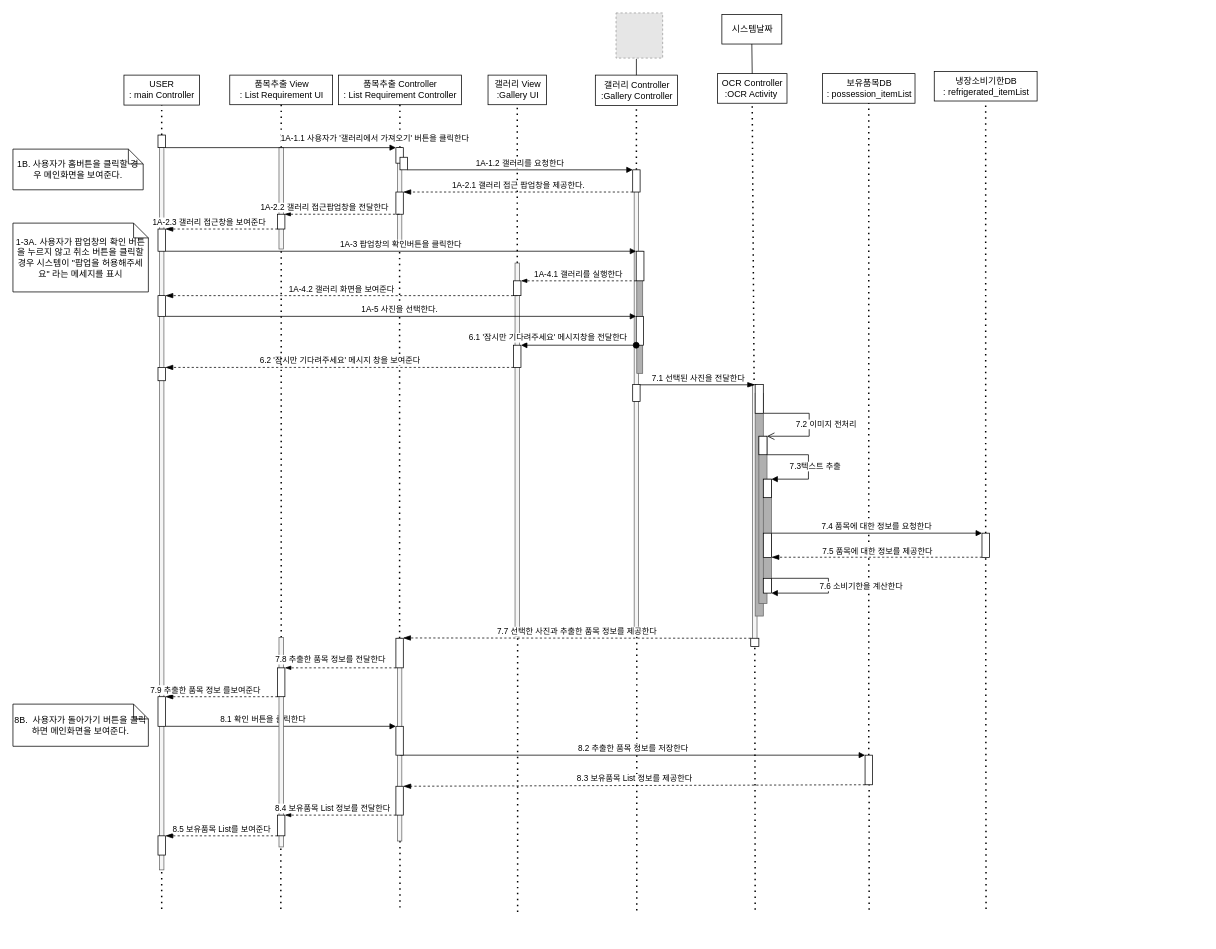
The draw.io diagram Weekly Progress/10주차(구조발표)/diagram/SequenceDiagram(등록_갤러리)_최종.drawio in LumiereKANG/SW_development, before the edit. Source tidied: cells renumbered, new cells numbered last; positions are measured from the earlier drawing's top-left corner, leaving out a move shared by most shapes. Both pictures are drawn from the tidied source at 74%, with x=0, y=0 at pixel (13, 13). Pictures stored in the file or linked from it are replaced by grey dashed boxes.
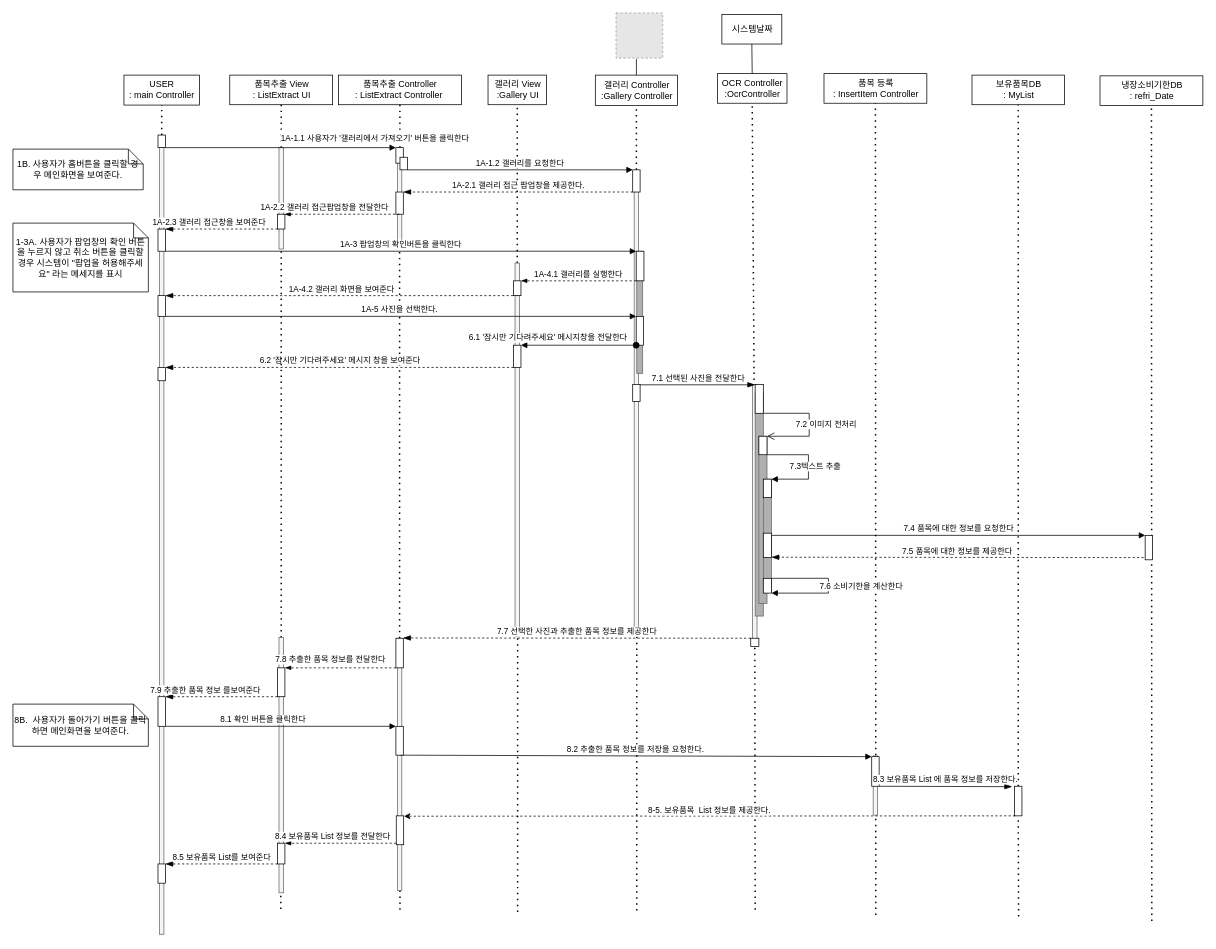
The same diagram, later.

The change refers to these unchanged cells:
```xml
<mxCell id="62" style="html=1;points=[];perimeter=orthogonalPerimeter;" parent="1" vertex="1">
  <mxGeometry x="196" y="924" width="10" height="40" as="geometry" />
</mxCell>
<mxCell id="63" style="html=1;points=[];perimeter=orthogonalPerimeter;" parent="1" vertex="1">
  <mxGeometry x="517.5" y="964" width="10" height="39" as="geometry" />
</mxCell>
```

What changed in the source:
```diff
@@
+    <mxCell id="113" style="endArrow=none;dashed=1;html=1;dashPattern=1 3;strokeWidth=2;rounded=0;entryX=0.5;entryY=1;entryDx=0;entryDy=0;startArrow=none;" parent="1" edge="1" target="115">
+      <mxGeometry relative="1" as="geometry">
+        <mxPoint x="1166" y="1219" as="sourcePoint" />
+      </mxGeometry>
+    </mxCell>
+    <mxCell id="114" style="html=1;perimeter=orthogonalPerimeter;fillColor=#f5f5f5;fontColor=#333333;strokeColor=#666666;" parent="1" vertex="1">
+      <mxGeometry x="1162.5" y="1004" width="6" height="80" as="geometry" />
+    </mxCell>
@@
     <mxCell id="13" style="html=1;points=[];perimeter=orthogonalPerimeter;fillColor=#f5f5f5;fontColor=#333333;strokeColor=#666666;" parent="1" vertex="1">
-      <mxGeometry x="519.5" y="845" width="6" height="274" as="geometry" />
+      <mxGeometry x="519.5" y="845" width="6" height="341" as="geometry" />
     </mxCell>
@@
     <mxCell id="21" style="html=1;points=[];perimeter=orthogonalPerimeter;fillColor=#f5f5f5;fontColor=#333333;strokeColor=#666666;" parent="1" vertex="1">
-      <mxGeometry x="198" y="182" width="6" height="976" as="geometry" />
+      <mxGeometry x="198" y="182" width="6" height="1063" as="geometry" />
     </mxCell>
@@
-    <mxCell id="23" value="품목추출 View&lt;br&gt;: List Requirement UI" style="html=1;" parent="1" vertex="1">
+    <mxCell id="23" value="품목추출 View&lt;br&gt;: ListExtract UI" style="html=1;" parent="1" vertex="1">
       <mxGeometry x="293" y="84" width="139" height="40" as="geometry" />
     </mxCell>
-    <mxCell id="24" value="품목추출 Controller&lt;br&gt;: List Requirement Controller" style="html=1;" parent="1" vertex="1">
+    <mxCell id="24" value="품목추출 Controller&lt;br&gt;: ListExtract Controller&amp;nbsp;" style="html=1;" parent="1" vertex="1">
       <mxGeometry x="440" y="84" width="166" height="40" as="geometry" />
     </mxCell>
@@
-    <mxCell id="27" value="OCR Controller&lt;br&gt;:OCR Activity&amp;nbsp;" style="html=1;" parent="1" vertex="1">
+    <mxCell id="27" value="OCR Controller&lt;br&gt;:OcrController" style="html=1;" parent="1" vertex="1">
       <mxGeometry x="952" y="82" width="94" height="40" as="geometry" />
     </mxCell>
-    <mxCell id="28" value="보유품목DB&lt;br&gt;: possession_itemList" style="html=1;" parent="1" vertex="1">
-      <mxGeometry x="1094" y="82" width="125" height="40" as="geometry" />
+    <mxCell id="28" value="보유품목DB&lt;br&gt;: MyList" style="html=1;" parent="1" vertex="1">
+      <mxGeometry x="1296" y="84" width="125" height="40" as="geometry" />
     </mxCell>
-    <mxCell id="29" value="냉장소비기한DB&lt;br&gt;: refrigerated_itemList" style="html=1;" parent="1" vertex="1">
-      <mxGeometry x="1245" y="79" width="139" height="40" as="geometry" />
+    <mxCell id="29" value="냉장소비기한DB&lt;br&gt;: refri_Date" style="html=1;" parent="1" vertex="1">
+      <mxGeometry x="1469" y="85" width="139" height="40" as="geometry" />
     </mxCell>
@@
-    <mxCell id="37" style="endArrow=none;dashed=1;html=1;dashPattern=1 3;strokeWidth=2;rounded=0;entryX=0.5;entryY=1;entryDx=0;entryDy=0;startArrow=none;" parent="1" edge="1" source="64" target="28">
+    <mxCell id="37" style="endArrow=none;dashed=1;html=1;dashPattern=1 3;strokeWidth=2;rounded=0;entryX=0.5;entryY=1;entryDx=0;entryDy=0;startArrow=none;" parent="1" edge="1" source="116" target="28">
       <mxGeometry relative="1" as="geometry" />
     </mxCell>
-    <mxCell id="38" style="endArrow=none;dashed=1;html=1;dashPattern=1 3;strokeWidth=2;rounded=0;entryX=0.5;entryY=1;entryDx=0;entryDy=0;startArrow=none;" parent="1" edge="1" source="58" target="29">
-      <mxGeometry relative="1" as="geometry" />
+    <mxCell id="38" style="endArrow=none;dashed=1;html=1;dashPattern=1 3;strokeWidth=2;rounded=0;entryX=0.5;entryY=1;entryDx=0;entryDy=0;startArrow=none;" parent="1" edge="1" target="29">
+      <mxGeometry relative="1" as="geometry">
+        <mxPoint x="1539" y="1227" as="sourcePoint" />
+      </mxGeometry>
     </mxCell>
@@
-    <mxCell id="44" value="8.1 확인 버튼을 클릭한다" style="html=1;verticalAlign=bottom;endArrow=block;rounded=0;" parent="1" edge="1" source="62" target="63">
-      <mxGeometry x="-0.15" relative="1" as="geometry" />
-    </mxCell>
-    <mxCell id="45" value="8.2 추출한 품목 정보를 저장한다" style="html=1;verticalAlign=bottom;endArrow=block;rounded=0;startArrow=none;" parent="1" edge="1" target="64">
+    <mxCell id="45" value="8.2 추출한 품목 정보를 저장을 요청한다." style="html=1;verticalAlign=bottom;endArrow=block;rounded=0;startArrow=none;" parent="1" edge="1" target="64">
       <mxGeometry relative="1" as="geometry">
         <mxPoint x="522.5" y="1003" as="sourcePoint" />
       </mxGeometry>
     </mxCell>
-    <mxCell id="46" value="8.3 보유품목 List 정보를 제공한다" style="html=1;verticalAlign=bottom;endArrow=blockThin;dashed=1;endSize=8;rounded=0;endFill=1;" parent="1" edge="1" source="64" target="92">
-      <mxGeometry relative="1" as="geometry" />
-    </mxCell>
@@
     <mxCell id="56" value="7.5 품목에 대한 정보를 제공한다" style="html=1;verticalAlign=bottom;endArrow=blockThin;dashed=1;endSize=8;rounded=0;endFill=1;" parent="1" edge="1">
       <mxGeometry relative="1" as="geometry">
-        <mxPoint x="1309.5" y="735.5" as="sourcePoint" />
+        <mxPoint x="1528" y="736" as="sourcePoint" />
         <mxPoint x="1025" y="735.5" as="targetPoint" />
       </mxGeometry>
     </mxCell>
@@
     <mxCell id="58" style="html=1;points=[];perimeter=orthogonalPerimeter;" parent="1" vertex="1">
-      <mxGeometry x="1309.5" y="703" width="10" height="33" as="geometry" />
+      <mxGeometry x="1530" y="706" width="10" height="33" as="geometry" />
     </mxCell>
-    <mxCell id="59" style="endArrow=none;dashed=1;html=1;dashPattern=1 3;strokeWidth=2;rounded=0;entryX=0.5;entryY=1;entryDx=0;entryDy=0;" parent="1" edge="1" target="58">
-      <mxGeometry relative="1" as="geometry">
-        <mxPoint x="1315" y="1211" as="sourcePoint" />
-      </mxGeometry>
-    </mxCell>
@@
     <mxCell id="64" style="html=1;points=[];perimeter=orthogonalPerimeter;" parent="1" vertex="1">
-      <mxGeometry x="1151.5" y="1003" width="10" height="40" as="geometry" />
+      <mxGeometry x="1160.5" y="1005" width="10" height="40" as="geometry" />
     </mxCell>
-    <mxCell id="65" style="endArrow=none;dashed=1;html=1;dashPattern=1 3;strokeWidth=2;rounded=0;" parent="1" edge="1" target="64">
-      <mxGeometry relative="1" as="geometry">
-        <mxPoint x="1157" y="1212" as="sourcePoint" />
-      </mxGeometry>
-    </mxCell>
@@
     <mxCell id="92" style="html=1;points=[];perimeter=orthogonalPerimeter;" parent="1" vertex="1">
-      <mxGeometry x="517.5" y="1045" width="10" height="39" as="geometry" />
+      <mxGeometry x="518" y="1085" width="10" height="39" as="geometry" />
     </mxCell>
     <mxCell id="93" style="html=1;points=[];perimeter=orthogonalPerimeter;" parent="1" vertex="1">
-      <mxGeometry x="196" y="1112" width="10" height="26" as="geometry" />
+      <mxGeometry x="196" y="1150" width="10" height="26" as="geometry" />
     </mxCell>
@@
     <mxCell id="108" style="html=1;points=[];perimeter=orthogonalPerimeter;fillColor=#f5f5f5;fontColor=#333333;strokeColor=#666666;" parent="1" vertex="1">
-      <mxGeometry x="359.5" y="844" width="6" height="283" as="geometry" />
+      <mxGeometry x="359.5" y="844" width="6" height="345" as="geometry" />
     </mxCell>
@@
     <mxCell id="112" style="html=1;points=[];perimeter=orthogonalPerimeter;" parent="1" vertex="1">
-      <mxGeometry x="357.5" y="1084" width="10" height="28" as="geometry" />
+      <mxGeometry x="357.5" y="1122" width="10" height="28" as="geometry" />
     </mxCell>
+    <mxCell id="115" value="품목 등록&lt;br&gt;: InsertItem Controller" style="html=1;" parent="1" vertex="1">
+      <mxGeometry x="1096" y="82" width="139" height="40" as="geometry" />
+    </mxCell>
+    <mxCell id="44" value="8.1 확인 버튼을 클릭한다" style="html=1;verticalAlign=bottom;endArrow=block;rounded=0;" parent="1" edge="1" source="62" target="63">
+      <mxGeometry x="-0.15" relative="1" as="geometry" />
+    </mxCell>
+    <mxCell id="116" style="html=1;points=[];perimeter=orthogonalPerimeter;" parent="1" vertex="1">
+      <mxGeometry x="1353.5" y="1045" width="10" height="40" as="geometry" />
+    </mxCell>
+    <mxCell id="117" style="endArrow=none;dashed=1;html=1;dashPattern=1 3;strokeWidth=2;rounded=0;entryX=0.5;entryY=1;entryDx=0;entryDy=0;startArrow=none;" parent="1" edge="1" target="116">
+      <mxGeometry relative="1" as="geometry">
+        <mxPoint x="1359" y="1221" as="sourcePoint" />
+      </mxGeometry>
+    </mxCell>
+    <mxCell id="46" value="8.3 보유품목 List 에 품목 정보를 저장한다." style="html=1;verticalAlign=bottom;endArrow=blockThin;endSize=8;rounded=0;endFill=1;entryX=-0.322;entryY=0.014;entryDx=0;entryDy=0;entryPerimeter=0;" parent="1" edge="1" source="64" target="116">
+      <mxGeometry relative="1" as="geometry" />
+    </mxCell>
+    <mxCell id="118" value="8-5. 보유품목&amp;nbsp; List 정보를 제공한다." style="endArrow=classic;html=1;rounded=0;entryX=0.939;entryY=0.013;entryDx=0;entryDy=0;entryPerimeter=0;dashed=1;" parent="1" edge="1">
+      <mxGeometry y="-7" relative="1" as="geometry">
+        <mxPoint x="1354.5" y="1085" as="sourcePoint" />
+        <mxPoint x="528.4" y="1085.5" as="targetPoint" />
+      </mxGeometry>
+    </mxCell>
```
